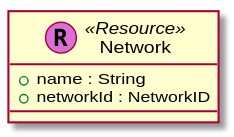
Above: contrib/trufflesuite/data-model/_images/plantuml-f1d9786a6a865c18aeb3e0bd1773420b9db82fe9.svg in trufflesuite/artifact-updates (PlantUML), before the change.
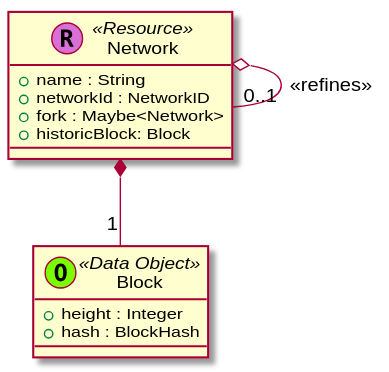
Later version of the same file.

What changed in the source:
```diff
@@ -15,7 +15,17 @@
 class Network << (R,orchid) Resource >> {
   + name : String
   + networkId : NetworkID
+  + fork : Maybe<Network>
+  + historicBlock: Block
 }
+
+class Block << (O,lawngreen) Data Object >> {
+  + height : Integer
+  + hash : BlockHash
+}
+
+Network o-- "0..1" Network : <<refines>>
+Network *-- "1" Block
 
 
 
```
